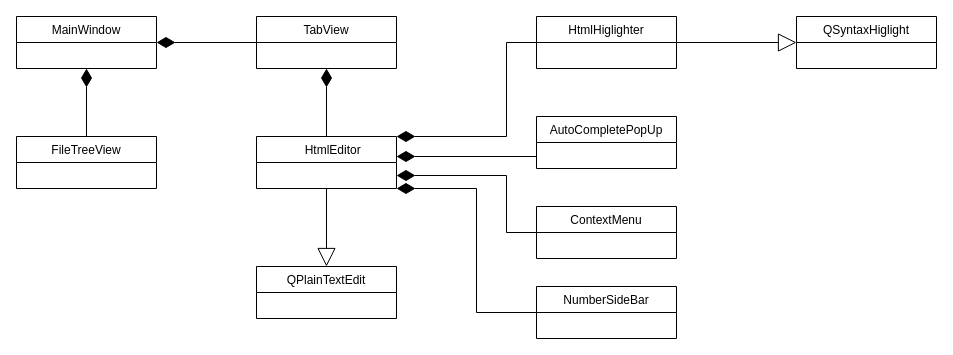
The draw.io diagram docs/html_editor_class_diagram.drawio in ilija-s/html-editor, before the edit. Source tidied: cells renumbered, new cells numbered last; positions are measured from the earlier drawing's top-left corner, leaving out a move shared by most shapes. Both pictures are drawn from the tidied source at 100%, with x=0, y=0 at pixel (16, 16).
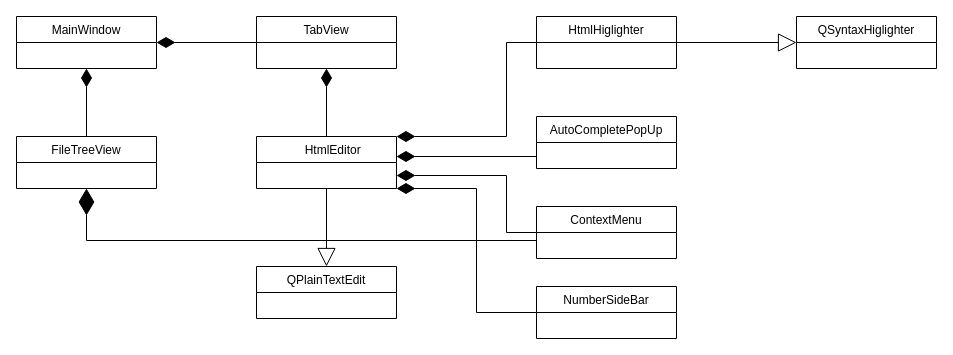
Above is the later version.

Commit message (it also covers changes not shown here):
Fix: Added connection between file tree view and context menu in class diagram

Unchanged cells that the change refers to:
```xml
<mxCell id="3" value="FileTreeView" style="swimlane;fontStyle=0;horizontal=1;startSize=26;fillColor=none;" parent="1" vertex="1">
  <mxGeometry y="120" width="140" height="52" as="geometry" />
</mxCell>
```

The edit, as a diff of the source:
```diff
@@
-    <mxCell id="14" value="QSyntaxHiglight" style="swimlane;fontStyle=0;horizontal=1;startSize=26;fillColor=none;" parent="1" vertex="1">
+    <mxCell id="14" value="QSyntaxHiglighter" style="swimlane;fontStyle=0;horizontal=1;startSize=26;fillColor=none;" parent="1" vertex="1">
       <mxGeometry x="780" width="140" height="52" as="geometry" />
     </mxCell>
@@
+    <mxCell id="21" style="line;strokeWidth=1;fillColor=none;align=left;verticalAlign=middle;spacingTop=-1;spacingLeft=3;spacingRight=3;labelPosition=right;strokeColor=inherit;" parent="1" vertex="1">
+      <mxGeometry x="70" y="220" width="450" height="8" as="geometry" />
+    </mxCell>
+    <mxCell id="22" style="endArrow=diamondThin;endFill=1;endSize=24;html=1;rounded=0;entryX=0.5;entryY=1;entryDx=0;entryDy=0;" parent="1" edge="1" target="3">
+      <mxGeometry relative="1" as="geometry">
+        <mxPoint x="70" y="224" as="sourcePoint" />
+      </mxGeometry>
+    </mxCell>
```
